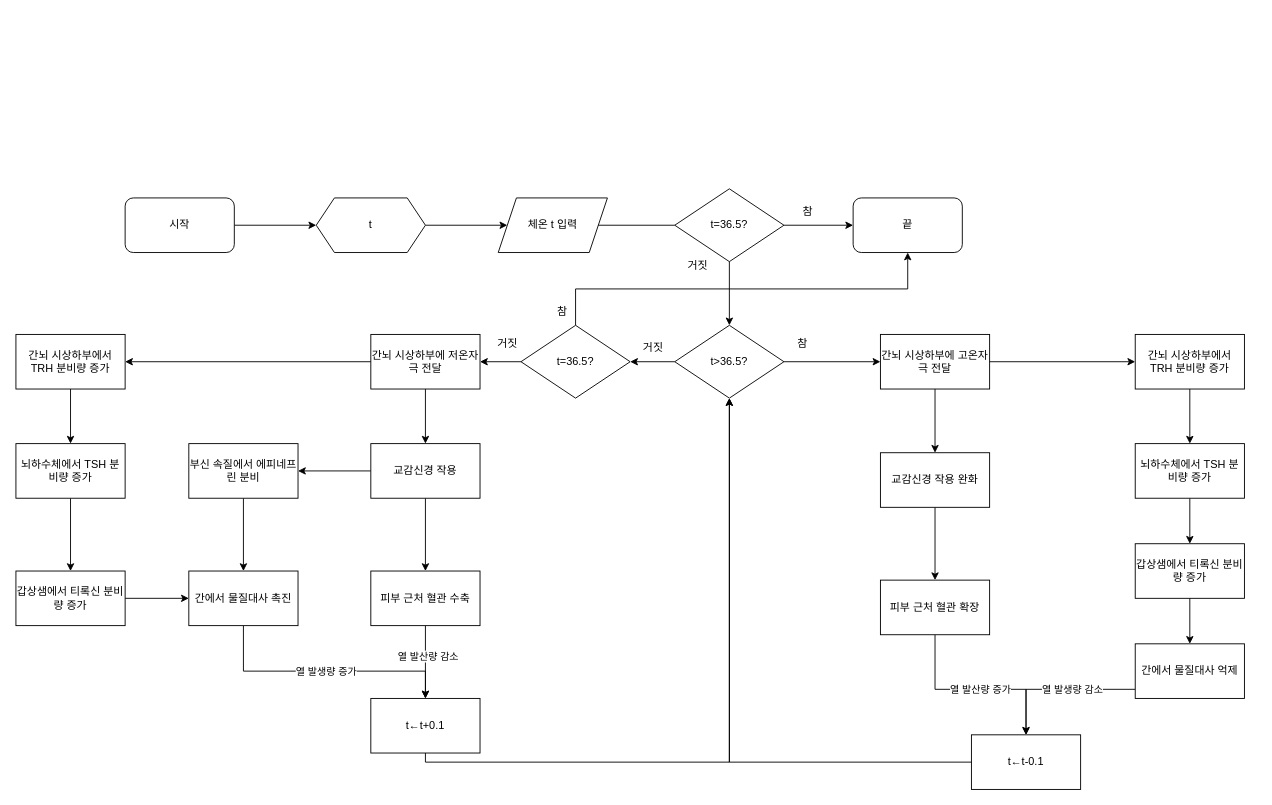
Limlim0208/fusion-subject-research keeps this draw.io diagram as page "체온 조절" (3 of 4) of Untitled Diagram.drawio. Above is the earlier version. Source tidied: cells renumbered, new cells numbered last; positions are measured from the earlier drawing's top-left corner, leaving out a move shared by most shapes. Both pictures are drawn from the tidied source at 91%, with x=0, y=0 at pixel (15, 188).
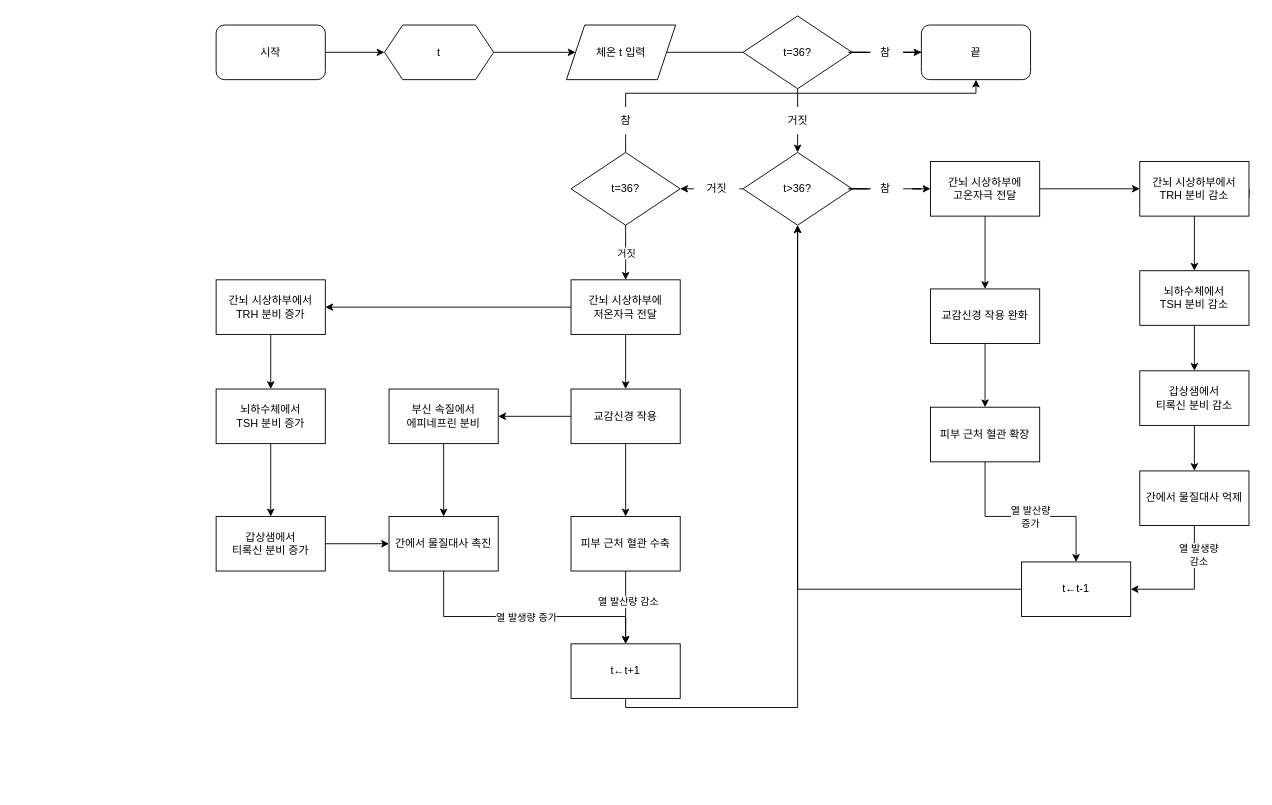
Above is the later version.

What changed in the source:
```diff
@@
     <mxCell id="3" value="시작" style="rounded=1;whiteSpace=wrap;html=1;" parent="1" vertex="1">
-      <mxGeometry x="120" y="10" width="120" height="60" as="geometry" />
+      <mxGeometry x="220" y="-180" width="120" height="60" as="geometry" />
     </mxCell>
@@
     <mxCell id="5" value="t" style="shape=hexagon;perimeter=hexagonPerimeter2;whiteSpace=wrap;html=1;fixedSize=1;rounded=0;" parent="1" vertex="1">
-      <mxGeometry x="330" y="10" width="120" height="60" as="geometry" />
+      <mxGeometry x="405" y="-180" width="120" height="60" as="geometry" />
     </mxCell>
     <mxCell id="6" value="체온 t 입력" style="shape=parallelogram;perimeter=parallelogramPerimeter;whiteSpace=wrap;html=1;fixedSize=1;rounded=0;" parent="1" vertex="1">
-      <mxGeometry x="530" y="10" width="120" height="60" as="geometry" />
+      <mxGeometry x="605" y="-180" width="120" height="60" as="geometry" />
     </mxCell>
-    <mxCell id="7" style="edgeStyle=orthogonalEdgeStyle;rounded=0;jettySize=auto;html=1;strokeColor=default;elbow=vertical;startArrow=none;" parent="1" edge="1" source="60" target="11">
-      <mxGeometry relative="1" as="geometry" />
-    </mxCell>
-    <mxCell id="8" style="edgeStyle=orthogonalEdgeStyle;rounded=0;jettySize=auto;html=1;strokeColor=default;elbow=vertical;" parent="1" edge="1" source="9" target="13">
+    <mxCell id="8" style="edgeStyle=orthogonalEdgeStyle;rounded=0;jettySize=auto;html=1;strokeColor=default;elbow=vertical;startArrow=none;" parent="1" edge="1" source="25" target="13">
       <mxGeometry relative="1" as="geometry" />
     </mxCell>
-    <mxCell id="9" value="t&amp;gt;36.5?" style="rhombus;whiteSpace=wrap;html=1;" parent="1" vertex="1">
-      <mxGeometry x="724" y="150" width="120" height="80" as="geometry" />
+    <mxCell id="9" value="t&amp;gt;36?" style="rhombus;whiteSpace=wrap;html=1;" parent="1" vertex="1">
+      <mxGeometry x="799" y="-40" width="120" height="80" as="geometry" />
     </mxCell>
@@
-    <mxCell id="11" value="간뇌 시상하부에 저온자극 전달" style="whiteSpace=wrap;html=1;" parent="1" vertex="1">
-      <mxGeometry x="390" y="160" width="120" height="60" as="geometry" />
+    <mxCell id="11" value="간뇌 시상하부에&lt;br&gt;저온자극 전달" style="whiteSpace=wrap;html=1;" parent="1" vertex="1">
+      <mxGeometry x="610" y="100" width="120" height="60" as="geometry" />
     </mxCell>
@@
-    <mxCell id="13" value="간뇌 시상하부에 고온자극 전달" style="whiteSpace=wrap;html=1;" parent="1" vertex="1">
-      <mxGeometry x="950" y="160" width="120" height="60" as="geometry" />
+    <mxCell id="13" value="간뇌 시상하부에&lt;br&gt;고온자극 전달" style="whiteSpace=wrap;html=1;" parent="1" vertex="1">
+      <mxGeometry x="1005" y="-30" width="120" height="60" as="geometry" />
     </mxCell>
@@
     <mxCell id="16" value="교감신경 작용" style="whiteSpace=wrap;html=1;" parent="1" vertex="1">
-      <mxGeometry x="390" y="280" width="120" height="60" as="geometry" />
+      <mxGeometry x="610" y="220" width="120" height="60" as="geometry" />
     </mxCell>
@@
     <mxCell id="19" value="피부 근처 혈관 수축" style="whiteSpace=wrap;html=1;" parent="1" vertex="1">
-      <mxGeometry x="390" y="420" width="120" height="60" as="geometry" />
+      <mxGeometry x="610" y="360" width="120" height="60" as="geometry" />
     </mxCell>
@@
-    <mxCell id="21" value="부신 속질에서 에피네프린 분비" style="whiteSpace=wrap;html=1;" parent="1" vertex="1">
-      <mxGeometry x="190" y="280" width="120" height="60" as="geometry" />
+    <mxCell id="21" value="부신 속질에서&lt;br&gt;에피네프린 분비" style="whiteSpace=wrap;html=1;" parent="1" vertex="1">
+      <mxGeometry x="410" y="220" width="120" height="60" as="geometry" />
     </mxCell>
     <mxCell id="22" style="edgeStyle=orthogonalEdgeStyle;rounded=0;jettySize=auto;html=1;strokeColor=default;elbow=vertical;entryX=0.5;entryY=0;entryDx=0;entryDy=0;" parent="1" edge="1" source="23" target="31">
       <mxGeometry relative="1" as="geometry">
         <Array as="points">
-          <mxPoint x="250" y="530" />
-          <mxPoint x="450" y="530" />
+          <mxPoint x="470" y="470" />
+          <mxPoint x="670" y="470" />
         </Array>
       </mxGeometry>
     </mxCell>
     <mxCell id="23" value="간에서 물질대사 촉진" style="whiteSpace=wrap;html=1;" parent="1" vertex="1">
-      <mxGeometry x="190" y="420" width="120" height="60" as="geometry" />
+      <mxGeometry x="410" y="360" width="120" height="60" as="geometry" />
     </mxCell>
-    <mxCell id="24" value="거짓" style="text;html=1;align=center;verticalAlign=middle;points=[];strokeColor=none;fillColor=none;" parent="1" vertex="1">
-      <mxGeometry x="675" y="160" width="50" height="30" as="geometry" />
-    </mxCell>
-    <mxCell id="25" value="참" style="text;html=1;align=center;verticalAlign=middle;points=[];strokeColor=none;fillColor=none;" parent="1" vertex="1">
-      <mxGeometry x="844" y="155" width="40" height="30" as="geometry" />
-    </mxCell>
-    <mxCell id="26" style="edgeStyle=orthogonalEdgeStyle;rounded=0;jettySize=auto;html=1;strokeColor=default;elbow=vertical;" parent="1" edge="1" source="27" target="29">
+    <mxCell id="26" style="edgeStyle=orthogonalEdgeStyle;rounded=0;jettySize=auto;html=1;strokeColor=default;elbow=vertical;startArrow=none;" parent="1" edge="1" source="58" target="29">
       <mxGeometry relative="1" as="geometry" />
     </mxCell>
-    <mxCell id="27" value="t=36.5?" style="rhombus;whiteSpace=wrap;html=1;rounded=0;" parent="1" vertex="1">
-      <mxGeometry x="724" width="120" height="80" as="geometry" />
+    <mxCell id="27" value="t=36?" style="rhombus;whiteSpace=wrap;html=1;rounded=0;" parent="1" vertex="1">
+      <mxGeometry x="799" y="-190" width="120" height="80" as="geometry" />
     </mxCell>
@@
     <mxCell id="29" value="끝" style="whiteSpace=wrap;html=1;rounded=1;" parent="1" vertex="1">
-      <mxGeometry x="920" y="10" width="120" height="60" as="geometry" />
+      <mxGeometry x="995" y="-180" width="120" height="60" as="geometry" />
     </mxCell>
-    <mxCell id="30" style="endArrow=none;startArrow=classic;html=1;rounded=0;strokeColor=default;elbow=vertical;entryX=0.5;entryY=1;entryDx=0;entryDy=0;endFill=0;" parent="1" edge="1" target="27">
-      <mxGeometry relative="1" as="geometry">
-        <mxPoint x="784" y="150" as="sourcePoint" />
-      </mxGeometry>
+    <mxCell id="30" style="endArrow=none;startArrow=none;html=1;rounded=0;strokeColor=default;elbow=vertical;entryX=0.5;entryY=1;entryDx=0;entryDy=0;endFill=0;" parent="1" edge="1" source="59" target="27">
+      <mxGeometry relative="1" as="geometry" />
     </mxCell>
-    <mxCell id="31" value="t←t+0.1" style="whiteSpace=wrap;html=1;" parent="1" vertex="1">
-      <mxGeometry x="390" y="560" width="120" height="60" as="geometry" />
+    <mxCell id="31" value="t←t+1" style="whiteSpace=wrap;html=1;" parent="1" vertex="1">
+      <mxGeometry x="610" y="500" width="120" height="60" as="geometry" />
     </mxCell>
     <mxCell id="32" value="열 발생량 증가" style="edgeLabel;html=1;align=center;verticalAlign=middle;" parent="1" vertex="1">
-      <mxGeometry x="340" y="530" as="geometry" />
+      <mxGeometry x="560" y="470" as="geometry" />
     </mxCell>
@@
-    <mxCell id="34" value="간뇌 시상하부에서 TRH 분비량 증가" style="rounded=0;whiteSpace=wrap;html=1;" parent="1" vertex="1">
-      <mxGeometry y="160" width="120" height="60" as="geometry" />
+    <mxCell id="34" value="간뇌 시상하부에서 TRH 분비 증가" style="rounded=0;whiteSpace=wrap;html=1;" parent="1" vertex="1">
+      <mxGeometry x="220" y="100" width="120" height="60" as="geometry" />
     </mxCell>
@@
-    <mxCell id="36" value="뇌하수체에서 TSH 분비량 증가" style="whiteSpace=wrap;html=1;rounded=0;" parent="1" vertex="1">
-      <mxGeometry y="280" width="120" height="60" as="geometry" />
+    <mxCell id="36" value="뇌하수체에서&lt;br&gt;TSH 분비 증가" style="whiteSpace=wrap;html=1;rounded=0;" parent="1" vertex="1">
+      <mxGeometry x="220" y="220" width="120" height="60" as="geometry" />
     </mxCell>
@@
-    <mxCell id="38" value="갑상샘에서 티록신 분비량 증가" style="whiteSpace=wrap;html=1;rounded=0;" parent="1" vertex="1">
-      <mxGeometry y="420" width="120" height="60" as="geometry" />
+    <mxCell id="38" value="갑상샘에서 &lt;br&gt;티록신 분비 증가" style="whiteSpace=wrap;html=1;rounded=0;" parent="1" vertex="1">
+      <mxGeometry x="220" y="360" width="120" height="60" as="geometry" />
     </mxCell>
@@
     <mxCell id="40" value="교감신경 작용 완화" style="whiteSpace=wrap;html=1;" parent="1" vertex="1">
-      <mxGeometry x="950" y="290" width="120" height="60" as="geometry" />
+      <mxGeometry x="1005" y="110" width="120" height="60" as="geometry" />
     </mxCell>
     <mxCell id="41" style="edgeStyle=orthogonalEdgeStyle;rounded=0;jettySize=auto;html=1;strokeColor=default;elbow=vertical;" parent="1" edge="1" source="43" target="46">
       <mxGeometry relative="1" as="geometry">
         <Array as="points">
-          <mxPoint x="1010" y="550" />
-          <mxPoint x="1110" y="550" />
+          <mxPoint x="1065" y="360" />
+          <mxPoint x="1165" y="360" />
         </Array>
       </mxGeometry>
     </mxCell>
-    <mxCell id="42" value="열 발산량 증가" style="edgeLabel;html=1;align=center;verticalAlign=middle;" parent="41" vertex="1">
+    <mxCell id="42" value="열 발산량&lt;br&gt;증가" style="edgeLabel;html=1;align=center;verticalAlign=middle;" parent="41" vertex="1">
       <mxGeometry x="-0.13" y="-2" relative="1" as="geometry">
         <mxPoint x="18" y="-2" as="offset" />
       </mxGeometry>
     </mxCell>
     <mxCell id="43" value="피부 근처 혈관 확장" style="whiteSpace=wrap;html=1;" parent="1" vertex="1">
-      <mxGeometry x="950" y="430" width="120" height="60" as="geometry" />
+      <mxGeometry x="1005" y="240" width="120" height="60" as="geometry" />
     </mxCell>
-    <mxCell id="44" style="edgeStyle=orthogonalEdgeStyle;rounded=0;jettySize=auto;html=1;strokeColor=default;elbow=vertical;entryX=0.5;entryY=0;entryDx=0;entryDy=0;" parent="1" edge="1" source="45" target="46">
+    <mxCell id="44" style="rounded=0;jettySize=auto;html=1;strokeColor=default;elbow=vertical;entryX=1;entryY=0.5;entryDx=0;entryDy=0;edgeStyle=orthogonalEdgeStyle;exitX=0.5;exitY=1;exitDx=0;exitDy=0;" parent="1" edge="1" source="45" target="46">
       <mxGeometry relative="1" as="geometry">
         <Array as="points">
-          <mxPoint x="1110" y="550" />
+          <mxPoint x="1295" y="440" />
         </Array>
       </mxGeometry>
     </mxCell>
     <mxCell id="45" value="간에서 물질대사 억제" style="whiteSpace=wrap;html=1;" parent="1" vertex="1">
-      <mxGeometry x="1230" y="500" width="120" height="60" as="geometry" />
+      <mxGeometry x="1235" y="310" width="120" height="60" as="geometry" />
     </mxCell>
-    <mxCell id="46" value="t←t-0.1" style="whiteSpace=wrap;html=1;" parent="1" vertex="1">
-      <mxGeometry x="1050" y="600" width="120" height="60" as="geometry" />
+    <mxCell id="46" value="t←t-1" style="whiteSpace=wrap;html=1;" parent="1" vertex="1">
+      <mxGeometry x="1105" y="410" width="120" height="60" as="geometry" />
     </mxCell>
-    <mxCell id="47" value="열 발생량 감소" style="edgeLabel;html=1;align=center;verticalAlign=middle;" parent="1" vertex="1">
-      <mxGeometry x="1160" y="550" as="geometry" />
+    <mxCell id="47" value="열 발생량&lt;br&gt;감소" style="edgeLabel;html=1;align=center;verticalAlign=middle;" parent="1" vertex="1">
+      <mxGeometry x="1305" y="400" as="geometry">
+        <mxPoint x="-6" y="2" as="offset" />
+      </mxGeometry>
     </mxCell>
     <mxCell id="48" style="edgeStyle=orthogonalEdgeStyle;rounded=0;jettySize=auto;html=1;strokeColor=default;elbow=vertical;exitX=1;exitY=0.5;exitDx=0;exitDy=0;" parent="1" edge="1" source="49" target="51">
       <mxGeometry relative="1" as="geometry">
         <Array as="points">
-          <mxPoint x="1290" y="190" />
+          <mxPoint x="1355" y="10" />
+          <mxPoint x="1295" y="10" />
         </Array>
       </mxGeometry>
     </mxCell>
-    <mxCell id="49" value="간뇌 시상하부에서 TRH 분비량 증가" style="rounded=0;whiteSpace=wrap;html=1;" parent="1" vertex="1">
-      <mxGeometry x="1230" y="160" width="120" height="60" as="geometry" />
+    <mxCell id="49" value="간뇌 시상하부에서 TRH 분비 감소" style="rounded=0;whiteSpace=wrap;html=1;" parent="1" vertex="1">
+      <mxGeometry x="1235" y="-30" width="120" height="60" as="geometry" />
     </mxCell>
@@
-    <mxCell id="51" value="뇌하수체에서 TSH 분비량 증가" style="whiteSpace=wrap;html=1;rounded=0;" parent="1" vertex="1">
-      <mxGeometry x="1230" y="280" width="120" height="60" as="geometry" />
+    <mxCell id="51" value="뇌하수체에서&lt;br&gt;TSH 분비 감소" style="whiteSpace=wrap;html=1;rounded=0;" parent="1" vertex="1">
+      <mxGeometry x="1235" y="90" width="120" height="60" as="geometry" />
     </mxCell>
-    <mxCell id="52" value="갑상샘에서 티록신 분비량 증가" style="whiteSpace=wrap;html=1;rounded=0;" parent="1" vertex="1">
-      <mxGeometry x="1230" y="390" width="120" height="60" as="geometry" />
+    <mxCell id="52" value="갑상샘에서&lt;br&gt;티록신 분비 감소" style="whiteSpace=wrap;html=1;rounded=0;" parent="1" vertex="1">
+      <mxGeometry x="1235" y="200" width="120" height="60" as="geometry" />
     </mxCell>
@@
     <mxCell id="54" style="endArrow=classic;html=1;rounded=0;strokeColor=default;elbow=vertical;entryX=0;entryY=0.5;entryDx=0;entryDy=0;" parent="1" edge="1" target="49">
       <mxGeometry relative="1" as="geometry">
-        <mxPoint x="1070" y="190" as="sourcePoint" />
+        <mxPoint x="1125" as="sourcePoint" />
       </mxGeometry>
     </mxCell>
@@
-    <mxCell id="58" value="참" style="text;html=1;align=center;verticalAlign=middle;points=[];strokeColor=none;fillColor=none;" parent="1" vertex="1">
-      <mxGeometry x="850" y="10" width="40" height="30" as="geometry" />
-    </mxCell>
-    <mxCell id="59" value="거짓" style="text;html=1;align=center;verticalAlign=middle;points=[];strokeColor=none;fillColor=none;" parent="1" vertex="1">
-      <mxGeometry x="724" y="70" width="50" height="30" as="geometry" />
-    </mxCell>
-    <mxCell id="60" value="t=36.5?" style="rhombus;whiteSpace=wrap;html=1;rounded=0;" parent="1" vertex="1">
-      <mxGeometry x="555" y="150" width="120" height="80" as="geometry" />
+    <mxCell id="60" value="t=36?" style="rhombus;whiteSpace=wrap;html=1;rounded=0;" parent="1" vertex="1">
+      <mxGeometry x="610" y="-40" width="120" height="80" as="geometry" />
     </mxCell>
-    <mxCell id="61" style="endArrow=classic;html=1;rounded=0;exitX=0;exitY=0.5;exitDx=0;exitDy=0;entryX=1;entryY=0.5;entryDx=0;entryDy=0;edgeStyle=orthogonalEdgeStyle;" parent="1" edge="1" source="9" target="60">
+    <mxCell id="61" style="endArrow=classic;html=1;rounded=0;exitX=0;exitY=0.5;exitDx=0;exitDy=0;entryX=1;entryY=0.5;entryDx=0;entryDy=0;edgeStyle=orthogonalEdgeStyle;startArrow=none;" parent="1" edge="1" source="24" target="60">
       <mxGeometry relative="1" as="geometry" />
     </mxCell>
+    <mxCell id="63" style="endArrow=classic;html=1;rounded=0;exitX=0.5;exitY=0;exitDx=0;exitDy=0;entryX=0.5;entryY=1;entryDx=0;entryDy=0;edgeStyle=orthogonalEdgeStyle;startArrow=none;" parent="1" edge="1" source="64" target="29">
+      <mxGeometry relative="1" as="geometry" />
+    </mxCell>
+    <mxCell id="58" value="참" style="text;html=1;align=center;verticalAlign=middle;points=[];strokeColor=none;fillColor=none;" parent="1" vertex="1">
+      <mxGeometry x="935" y="-165" width="40" height="30" as="geometry" />
+    </mxCell>
+    <mxCell id="65" style="edgeStyle=orthogonalEdgeStyle;rounded=0;jettySize=auto;html=1;strokeColor=default;elbow=vertical;endArrow=none;" parent="1" edge="1" source="27" target="58">
+      <mxGeometry relative="1" as="geometry" />
+    </mxCell>
+    <mxCell id="25" value="참" style="text;html=1;align=center;verticalAlign=middle;points=[];strokeColor=none;fillColor=none;" parent="1" vertex="1">
+      <mxGeometry x="935" y="-15" width="40" height="30" as="geometry" />
+    </mxCell>
+    <mxCell id="66" style="edgeStyle=orthogonalEdgeStyle;rounded=0;jettySize=auto;html=1;strokeColor=default;elbow=vertical;endArrow=none;" parent="1" edge="1" source="9" target="25">
+      <mxGeometry relative="1" as="geometry" />
+    </mxCell>
+    <mxCell id="64" value="참" style="text;html=1;align=center;verticalAlign=middle;points=[];strokeColor=none;fillColor=none;" parent="1" vertex="1">
+      <mxGeometry x="650" y="-90" width="40" height="30" as="geometry" />
+    </mxCell>
+    <mxCell id="67" style="endArrow=none;html=1;rounded=0;exitX=0.5;exitY=0;exitDx=0;exitDy=0;entryX=0.5;entryY=1;entryDx=0;entryDy=0;edgeStyle=orthogonalEdgeStyle;" parent="1" edge="1" source="60">
+      <mxGeometry relative="1" as="geometry">
+        <mxPoint x="670" y="-60" as="targetPoint" />
+      </mxGeometry>
+    </mxCell>
+    <mxCell id="59" value="거짓" style="text;html=1;align=center;verticalAlign=middle;points=[];strokeColor=none;fillColor=none;" parent="1" vertex="1">
+      <mxGeometry x="834" y="-90" width="50" height="30" as="geometry" />
+    </mxCell>
+    <mxCell id="68" style="endArrow=none;startArrow=classic;html=1;rounded=0;strokeColor=default;elbow=vertical;entryX=0.5;entryY=1;entryDx=0;entryDy=0;endFill=0;" parent="1" edge="1" target="59">
+      <mxGeometry relative="1" as="geometry">
+        <mxPoint x="859" y="-40" as="sourcePoint" />
+      </mxGeometry>
+    </mxCell>
+    <mxCell id="7" style="endArrow=classic;html=1;rounded=0;exitX=0.5;exitY=1;exitDx=0;exitDy=0;" parent="1" edge="1" source="60" target="11">
+      <mxGeometry relative="1" as="geometry" />
+    </mxCell>
-    <mxCell id="62" value="거짓" style="text;html=1;align=center;verticalAlign=middle;strokeColor=none;fillColor=none;" parent="1" vertex="1">
-      <mxGeometry x="515" y="155" width="50" height="30" as="geometry" />
+    <mxCell id="62" value="거짓" style="edgeLabel;html=1;align=center;verticalAlign=middle;" parent="7" vertex="1">
+      <mxGeometry relative="1" as="geometry" />
     </mxCell>
-    <mxCell id="63" style="endArrow=classic;html=1;rounded=0;exitX=0.5;exitY=0;exitDx=0;exitDy=0;entryX=0.5;entryY=1;entryDx=0;entryDy=0;edgeStyle=orthogonalEdgeStyle;" parent="1" edge="1" source="60" target="29">
-      <mxGeometry relative="1" as="geometry" />
-    </mxCell>
-    <mxCell id="64" value="참" style="text;html=1;align=center;verticalAlign=middle;points=[];strokeColor=none;fillColor=none;" parent="1" vertex="1">
-      <mxGeometry x="580" y="120" width="40" height="30" as="geometry" />
-    </mxCell>
+    <mxCell id="24" value="거짓" style="text;html=1;align=center;verticalAlign=middle;points=[];strokeColor=none;fillColor=none;" parent="1" vertex="1">
+      <mxGeometry x="745" y="-15" width="50" height="30" as="geometry" />
+    </mxCell>
+    <mxCell id="69" style="endArrow=none;html=1;rounded=0;exitX=0;exitY=0.5;exitDx=0;exitDy=0;entryX=1;entryY=0.5;entryDx=0;entryDy=0;edgeStyle=orthogonalEdgeStyle;" parent="1" edge="1" source="9" target="24">
+      <mxGeometry relative="1" as="geometry" />
+    </mxCell>
```
